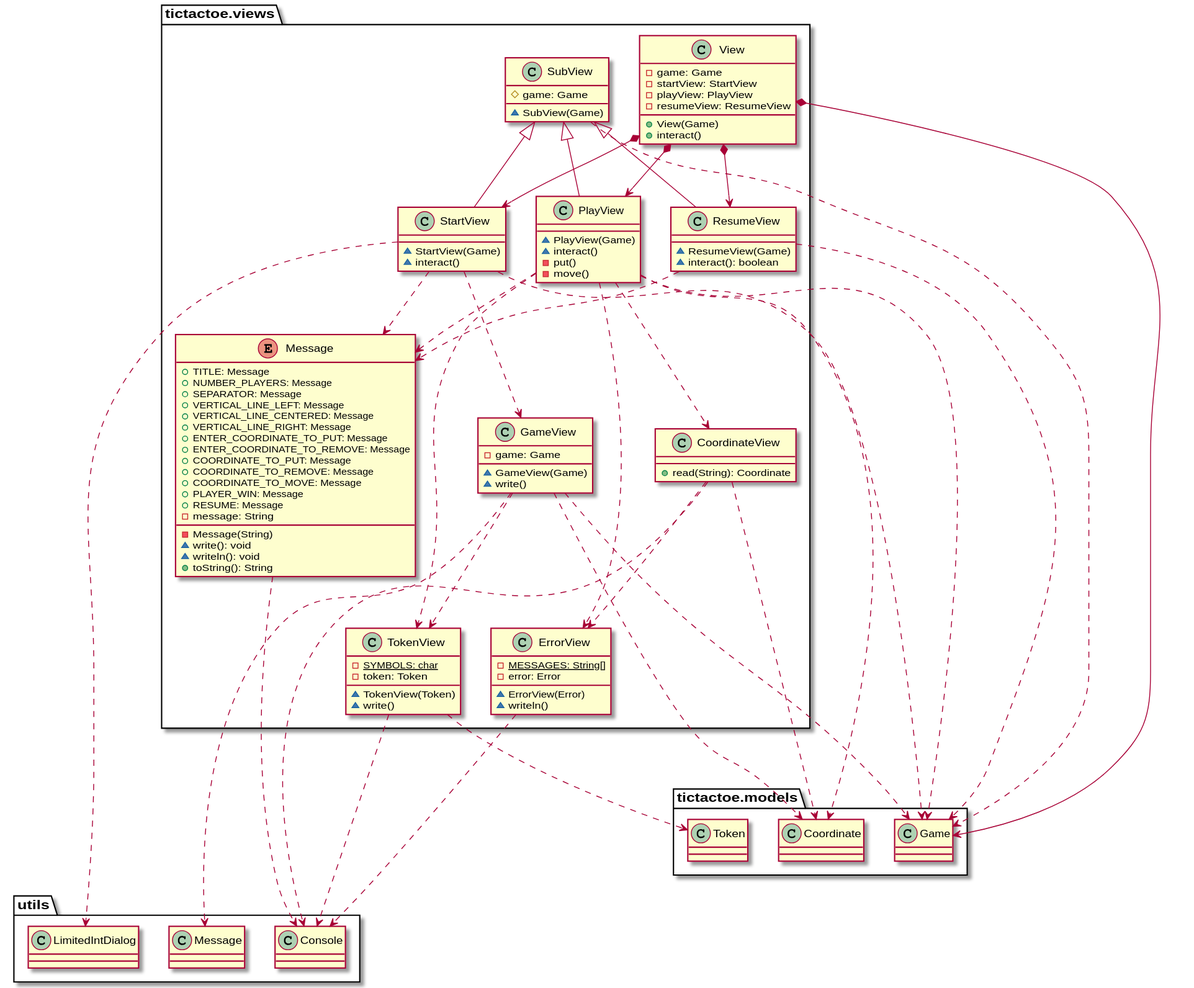
Earlier version of the PlantUML export documentView/console/docs/diagrams/out/paquetes/tictactoe.views.svg (Jolucaa/USantaTecla-project-ticTacToe).
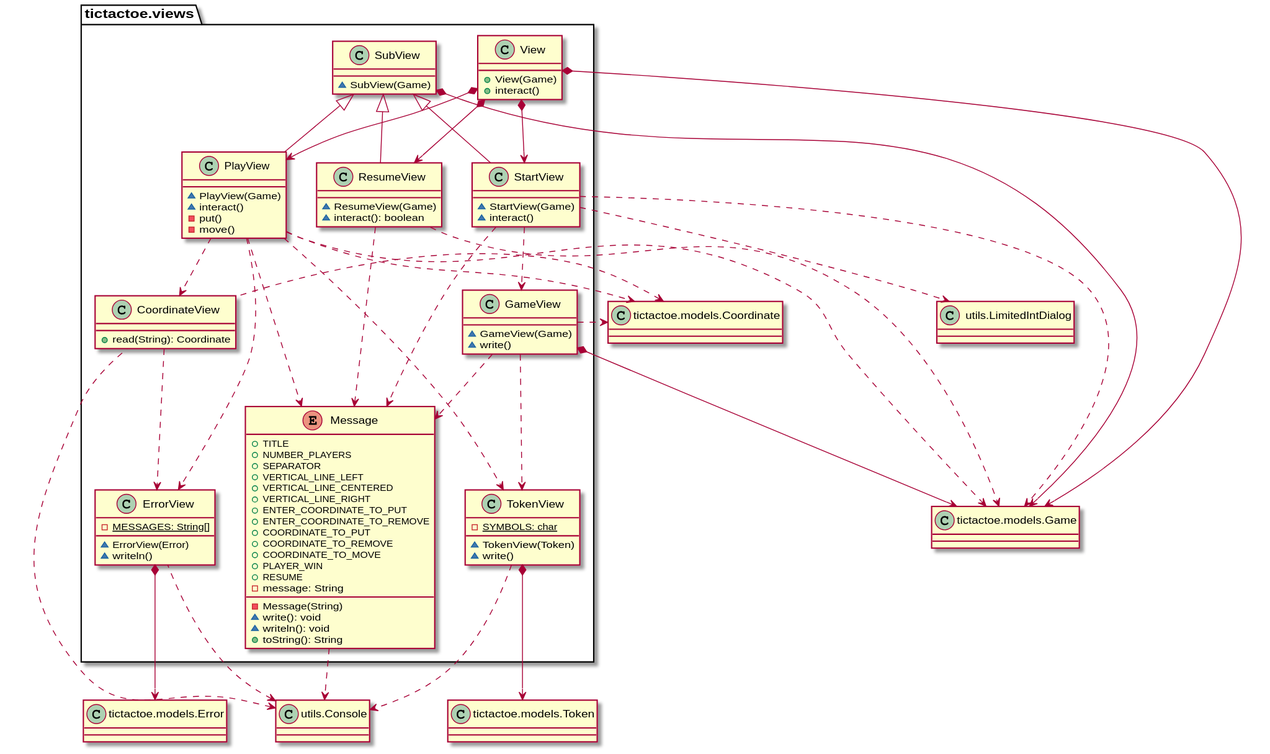
After the change.

Commit message:
Finalizada versión documentView-console

The edit, as a diff of the source:
```diff
@@ -1,50 +1,56 @@
 @startuml
+class Console as "utils.Console"{}
+class Coordinate as "tictactoe.models.Coordinate" {}
+class Game as "tictactoe.models.Game"{}
+class LimitedIntDialog as " utils.LimitedIntDialog"{}
+class Token as "tictactoe.models.Token"{}
+class Error as "tictactoe.models.Error"{}
+
 class  tictactoe.views.CoordinateView{
 + read(String): Coordinate
 }
-utils.Console <..-down- tictactoe.views.CoordinateView
-tictactoe.models.Coordinate <..-down- tictactoe.views.CoordinateView
+Console <..-down- tictactoe.views.CoordinateView
+Coordinate <..-down- tictactoe.views.CoordinateView
 tictactoe.views.CoordinateView ..> tictactoe.views.ErrorView
 
 class  tictactoe.views.ErrorView{
 - {static} MESSAGES: String[]
-- error: Error
 ~ ErrorView(Error)
 ~ writeln()
 }
-utils.Console <..-down- tictactoe.views.ErrorView
+Console <..-down- tictactoe.views.ErrorView
+tictactoe.views.ErrorView *-down-> Error
 
 class  tictactoe.views.GameView{
-- game: Game
 ~ GameView(Game)
 ~ write()
 }
-utils.Message <..-down- tictactoe.views.GameView
-tictactoe.views.GameView ..> tictactoe.models.Game
-tictactoe.views.GameView ..> tictactoe.models.Coordinate
+tictactoe.views.GameView ..> tictactoe.views.Message
+tictactoe.views.GameView *-down-> Game
+tictactoe.views.GameView ..> Coordinate
 tictactoe.views.GameView ..> tictactoe.views.TokenView
 
 enum  tictactoe.views.Message{
-+ TITLE: Message
-+ NUMBER_PLAYERS: Message
-+ SEPARATOR: Message
-+ VERTICAL_LINE_LEFT: Message
-+ VERTICAL_LINE_CENTERED: Message
-+ VERTICAL_LINE_RIGHT: Message
-+ ENTER_COORDINATE_TO_PUT: Message
-+ ENTER_COORDINATE_TO_REMOVE: Message
-+ COORDINATE_TO_PUT: Message
-+ COORDINATE_TO_REMOVE: Message
-+ COORDINATE_TO_MOVE: Message
-+	PLAYER_WIN: Message
-+ RESUME: Message
++ TITLE
++ NUMBER_PLAYERS
++ SEPARATOR
++ VERTICAL_LINE_LEFT
++ VERTICAL_LINE_CENTERED
++ VERTICAL_LINE_RIGHT
++ ENTER_COORDINATE_TO_PUT
++ ENTER_COORDINATE_TO_REMOVE
++ COORDINATE_TO_PUT
++ COORDINATE_TO_REMOVE
++ COORDINATE_TO_MOVE
++	PLAYER_WIN
++ RESUME
 - message: String
 - Message(String)
 ~ write(): void
 ~ writeln(): void
 + toString(): String
 }
-tictactoe.views.Message ..> utils.Console
+tictactoe.views.Message ..> Console
 
 class  tictactoe.views.PlayView{
 ~ PlayView(Game)
@@ -53,10 +59,10 @@
 - move()
 }
 tictactoe.views.SubView <|-down- tictactoe.views.PlayView
-tictactoe.views.PlayView ..> tictactoe.models.Game
+tictactoe.views.PlayView ..> Game
 tictactoe.views.PlayView ..> tictactoe.views.TokenView
 tictactoe.views.PlayView ..> tictactoe.views.Message
-tictactoe.views.PlayView ..> tictactoe.models.Coordinate
+tictactoe.views.PlayView ..> Coordinate
 tictactoe.views.PlayView ..> tictactoe.views.CoordinateView
 tictactoe.views.PlayView ..> tictactoe.views.ErrorView
 
@@ -66,7 +72,7 @@
 
 }
 tictactoe.views.SubView <|-down- tictactoe.views.ResumeView
-tictactoe.views.ResumeView ..> tictactoe.models.Game
+tictactoe.views.ResumeView ..> Game
 tictactoe.views.ResumeView ..> tictactoe.views.Message
 
 class tictactoe.views.StartView{
@@ -74,36 +80,30 @@
 ~ interact()
 }
 tictactoe.views.SubView <|-down- tictactoe.views.StartView
-tictactoe.views.StartView ..> tictactoe.models.Game
+tictactoe.views.StartView ..> Game
 tictactoe.views.StartView ..> tictactoe.views.GameView
-tictactoe.views.StartView ..> utils.LimitedIntDialog
+tictactoe.views.StartView ..> LimitedIntDialog
 tictactoe.views.StartView ..> tictactoe.views.Message
 
 class tictactoe.views.SubView{
-# game: Game
 ~ SubView(Game)
 }
 
-tictactoe.views.SubView ..> tictactoe.models.Game
+tictactoe.views.SubView *--> Game
 
 class tictactoe.views.TokenView{
 - {static} SYMBOLS: char
-- token: Token
 ~ TokenView(Token)
 ~ write()
 }
-tictactoe.views.TokenView ..> tictactoe.models.Token
-tictactoe.views.TokenView ..> utils.Console
+tictactoe.views.TokenView *--> Token
+tictactoe.views.TokenView ..> Console
 
 class  tictactoe.views.View{
-- game: Game
-- startView: StartView
-- playView: PlayView
-- resumeView: ResumeView
 + View(Game)
 + interact()
 }
-tictactoe.views.View *-down-> tictactoe.models.Game
+tictactoe.views.View *-down-> Game
 tictactoe.views.View *-down-> tictactoe.views.StartView
 tictactoe.views.View *-down-> tictactoe.views.PlayView
 tictactoe.views.View *-down-> tictactoe.views.ResumeView
```
